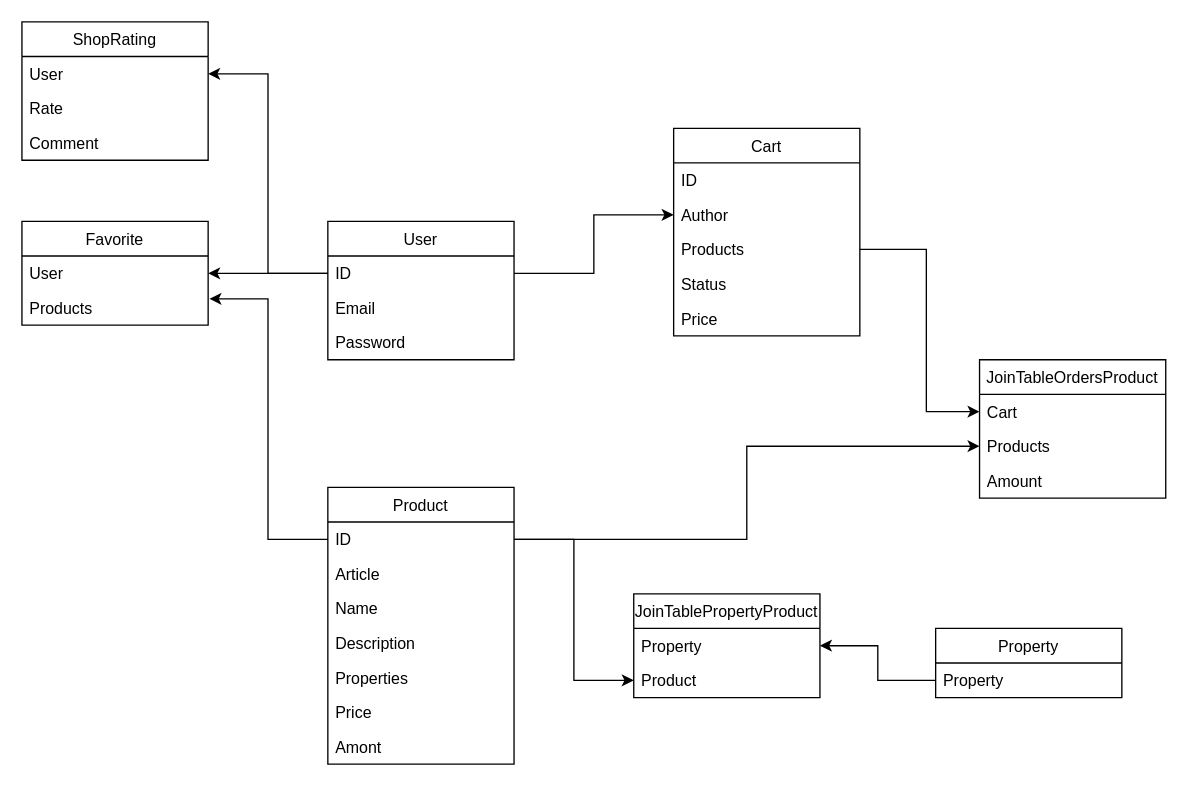
MiKaMoRe/nenavalniy keeps this draw.io diagram as nenavalniy.drawio. Above is the earlier version. Source tidied: cells renumbered, new cells numbered last; positions are measured from the earlier drawing's top-left corner, leaving out a move shared by most shapes. Both pictures are drawn from the tidied source at 133%, with x=0, y=0 at pixel (21, 21).
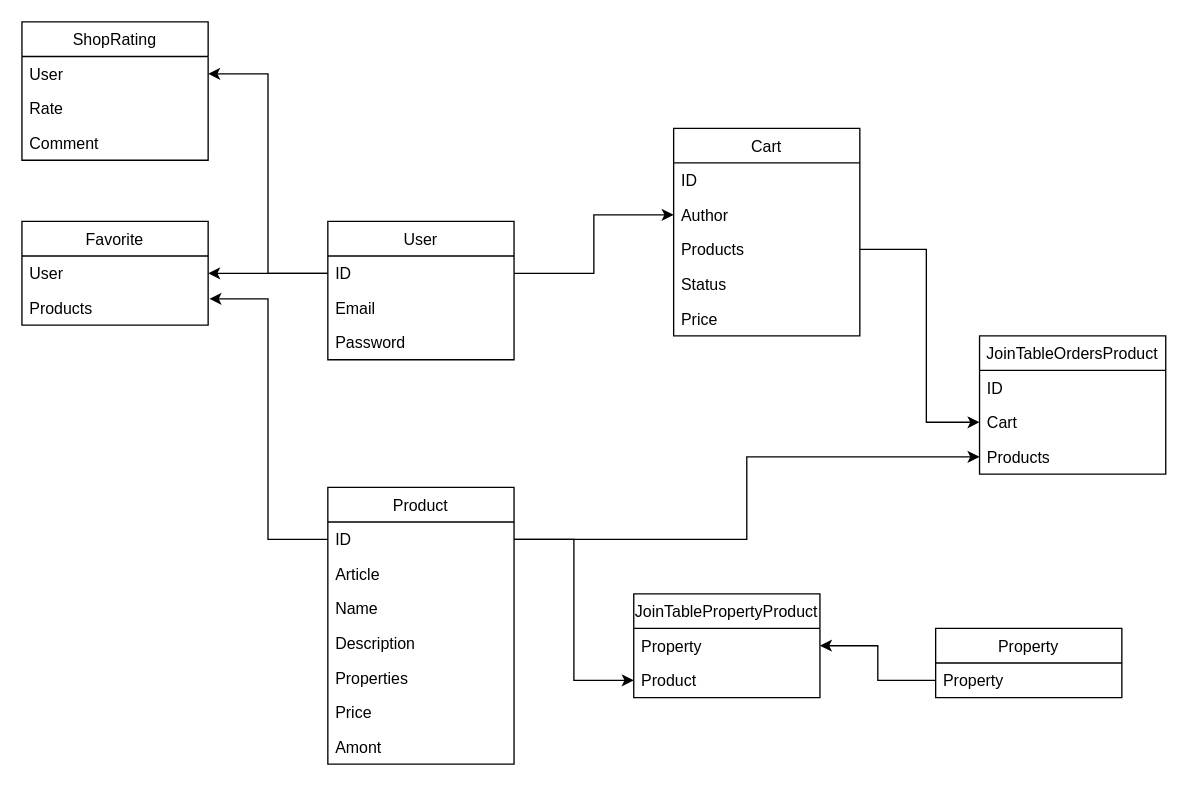
After the change.

Unchanged cells that the change refers to:
```xml
<mxCell id="9" value="Products" style="text;strokeColor=none;fillColor=none;align=left;verticalAlign=top;spacingLeft=4;spacingRight=4;overflow=hidden;points=[[0,0.5],[1,0.5]];portConstraint=eastwest;" parent="6" vertex="1">
  <mxGeometry y="78" width="140" height="26" as="geometry" />
</mxCell>
```

The edit, as a diff of the source:
```diff
@@
     <mxCell id="21" value="JoinTableOrdersProduct" style="swimlane;fontStyle=0;horizontal=1;startSize=26;" parent="1" vertex="1">
-      <mxGeometry x="720" y="254" width="140" height="104" as="geometry" />
+      <mxGeometry x="720" y="236" width="140" height="104" as="geometry" />
     </mxCell>
+    <mxCell id="44" value="ID" style="text;strokeColor=none;fillColor=none;align=left;verticalAlign=top;spacingLeft=4;spacingRight=4;overflow=hidden;" parent="21" vertex="1">
+      <mxGeometry y="26" width="140" height="26" as="geometry" />
+    </mxCell>
     <mxCell id="22" value="Cart" style="text;strokeColor=none;fillColor=none;align=left;verticalAlign=top;spacingLeft=4;spacingRight=4;overflow=hidden;points=[[0,0.5],[1,0.5]];portConstraint=eastwest;" parent="21" vertex="1">
-      <mxGeometry y="26" width="140" height="26" as="geometry" />
+      <mxGeometry y="52" width="140" height="26" as="geometry" />
     </mxCell>
     <mxCell id="23" value="Products" style="text;strokeColor=none;fillColor=none;align=left;verticalAlign=top;spacingLeft=4;spacingRight=4;overflow=hidden;points=[[0,0.5],[1,0.5]];portConstraint=eastwest;" parent="21" vertex="1">
-      <mxGeometry y="52" width="140" height="26" as="geometry" />
+      <mxGeometry y="78" width="140" height="26" as="geometry" />
     </mxCell>
-    <mxCell id="24" value="Amount" style="text;strokeColor=none;fillColor=none;align=left;verticalAlign=top;spacingLeft=4;spacingRight=4;overflow=hidden;" parent="21" vertex="1">
-      <mxGeometry y="78" width="140" height="26" as="geometry" />
-    </mxCell>
@@
-    <mxCell id="43" style="edgeStyle=orthogonalEdgeStyle;rounded=0;jettySize=auto;html=1;" parent="1" edge="1" source="9">
+    <mxCell id="43" style="edgeStyle=orthogonalEdgeStyle;rounded=0;jettySize=auto;html=1;entryX=0;entryY=0.5;entryDx=0;entryDy=0;" parent="1" edge="1" source="9" target="22">
       <mxGeometry relative="1" as="geometry">
-        <mxPoint x="720" y="293" as="targetPoint" />
         <Array as="points">
           <mxPoint x="680" y="171" />
-          <mxPoint x="680" y="293" />
+          <mxPoint x="680" y="301" />
         </Array>
       </mxGeometry>
     </mxCell>
```
